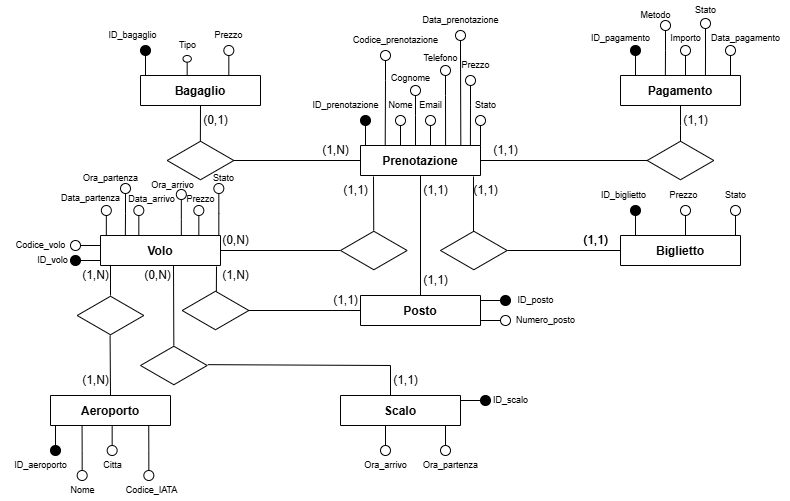
The draw.io diagram Diagramma E-R.png in concitarubino/project-work-voli, before a commit. Source tidied: cells renumbered, new cells last; positions are measured from the earlier drawing's top-left corner, leaving out a move shared by most shapes.
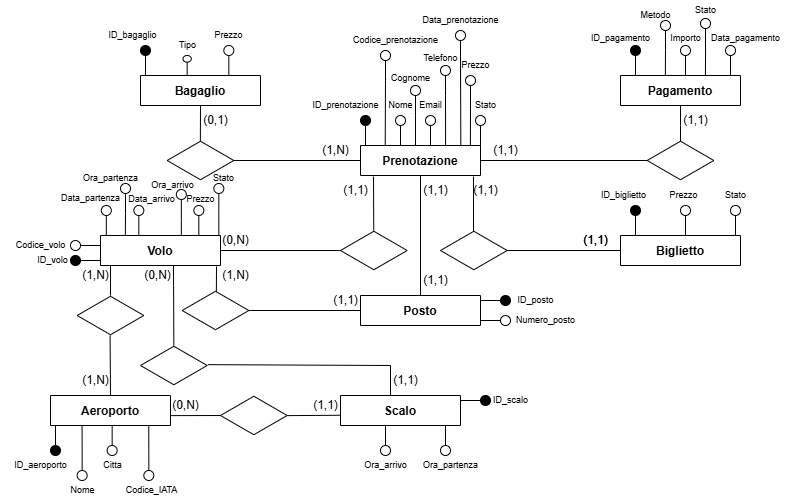
After the change.

What changed in the source:
```diff
@@ -452,5 +452,25 @@
     <mxCell id="133" value="Stato" style="text;html=1;align=center;verticalAlign=middle;strokeColor=none;fillColor=none;fontSize=9;" parent="1" vertex="1">
       <mxGeometry x="203.3" y="168" width="40" height="20" as="geometry" />
     </mxCell>
+    <mxCell id="134" style="html=1;whiteSpace=wrap;shape=isoRectangle;" parent="1" vertex="1">
+      <mxGeometry x="220" y="395" width="66.7" height="40" as="geometry" />
+    </mxCell>
+    <mxCell id="135" style="endArrow=none;html=1;rounded=0;entryX=0;entryY=0.5;entryDx=0;entryDy=0;exitX=1;exitY=0.503;exitDx=0;exitDy=0;exitPerimeter=0;" parent="1" edge="1" source="134">
+      <mxGeometry relative="1" as="geometry">
+        <mxPoint x="340" y="414.8" as="targetPoint" />
+      </mxGeometry>
+    </mxCell>
+    <mxCell id="136" style="endArrow=none;html=1;rounded=0;exitX=1;exitY=0.507;exitDx=0;exitDy=0;exitPerimeter=0;" parent="1" edge="1">
+      <mxGeometry relative="1" as="geometry">
+        <mxPoint x="170.3" y="415.1" as="sourcePoint" />
+        <mxPoint x="220" y="415" as="targetPoint" />
+      </mxGeometry>
+    </mxCell>
+    <mxCell id="137" value="(1,1)" style="text;html=1;align=center;verticalAlign=middle;strokeColor=none;fillColor=none;" parent="1" vertex="1">
+      <mxGeometry x="300" y="390" width="50" height="30" as="geometry" />
+    </mxCell>
+    <mxCell id="138" value="(0,N)" style="text;html=1;align=center;verticalAlign=middle;strokeColor=none;fillColor=none;" parent="1" vertex="1">
+      <mxGeometry x="160" y="390" width="50" height="30" as="geometry" />
+    </mxCell>
   </root>
 </mxGraphModel>
```
